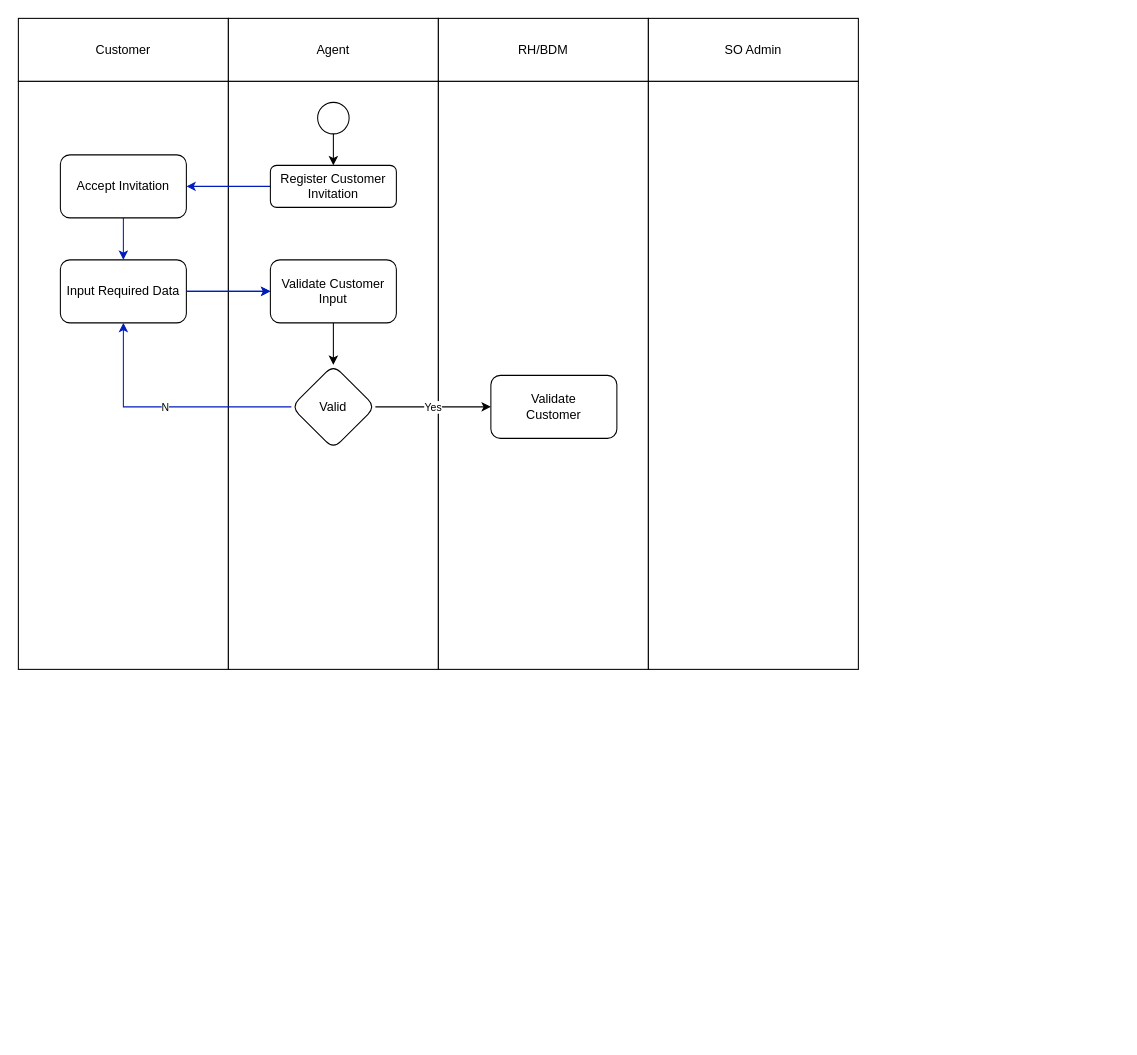
Before: page "ActivityDiagram" (19 of 19) of CustomerInvitation.drawio in gustianom/hanwhaiso, a draw.io diagram. Source tidied: cells renumbered, new cells numbered last; positions are measured from the earlier drawing's top-left corner, leaving out a move shared by most shapes. Both pictures are drawn from the tidied source at 105%, with x=0, y=0 at pixel (18, 18).
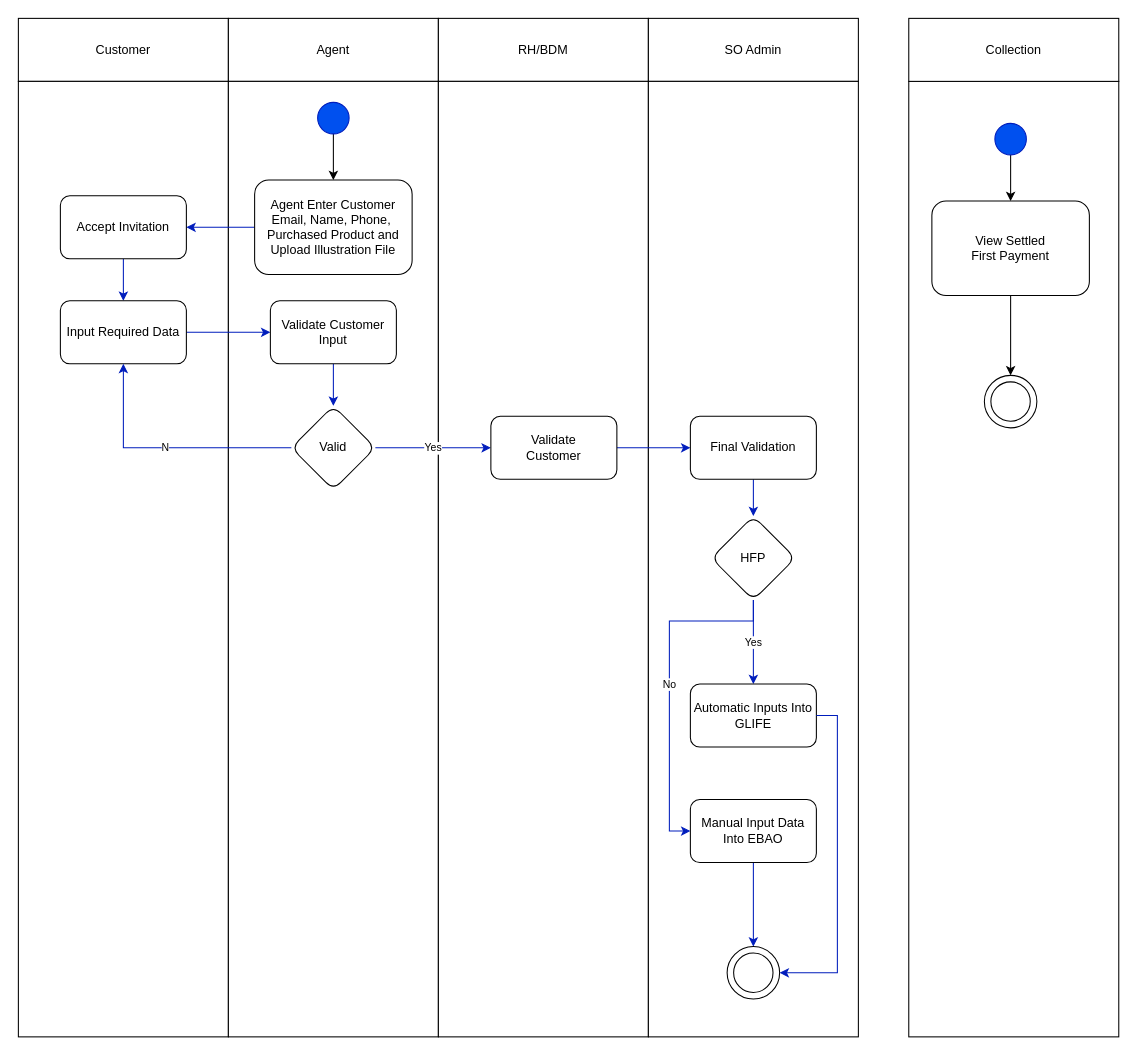
Above is the later version.

Diff of the diagram source:
```diff
@@
     <mxCell id="6" style="rounded=0;whiteSpace=wrap;html=1;" parent="1" vertex="1">
-      <mxGeometry y="60" width="200" height="560" as="geometry" />
+      <mxGeometry y="60" width="200" height="910" as="geometry" />
     </mxCell>
     <mxCell id="7" style="rounded=0;whiteSpace=wrap;html=1;" parent="1" vertex="1">
-      <mxGeometry x="200" y="60" width="200" height="560" as="geometry" />
+      <mxGeometry x="200" y="60" width="200" height="910" as="geometry" />
     </mxCell>
     <mxCell id="8" style="rounded=0;whiteSpace=wrap;html=1;" parent="1" vertex="1">
-      <mxGeometry x="400" y="60" width="200" height="560" as="geometry" />
+      <mxGeometry x="400" y="60" width="200" height="910" as="geometry" />
     </mxCell>
     <mxCell id="9" style="rounded=0;whiteSpace=wrap;html=1;" parent="1" vertex="1">
-      <mxGeometry x="600" y="60" width="200" height="560" as="geometry" />
+      <mxGeometry x="600" y="60" width="200" height="910" as="geometry" />
     </mxCell>
@@
-    <mxCell id="11" style="ellipse;whiteSpace=wrap;html=1;" parent="1" vertex="1">
+    <mxCell id="11" style="ellipse;whiteSpace=wrap;html=1;fillColor=#0050ef;strokeColor=#001DBC;fontColor=#ffffff;" parent="1" vertex="1">
       <mxGeometry x="285" y="80" width="30" height="30" as="geometry" />
     </mxCell>
@@
-    <mxCell id="13" value="&lt;div&gt;Register Customer&lt;/div&gt;&lt;div&gt;Invitation&lt;br&gt;&lt;/div&gt;" style="rounded=1;whiteSpace=wrap;html=1;" parent="1" vertex="1">
-      <mxGeometry x="240" y="140" width="120" height="40" as="geometry" />
+    <mxCell id="13" value="Agent Enter Customer Email, Name, Phone,&amp;nbsp; Purchased Product and Upload Illustration File " style="rounded=1;whiteSpace=wrap;html=1;" parent="1" vertex="1">
+      <mxGeometry x="225" y="154" width="150" height="90" as="geometry" />
     </mxCell>
@@
     <mxCell id="15" value="Accept Invitation" style="whiteSpace=wrap;html=1;rounded=1;" parent="1" vertex="1">
-      <mxGeometry x="40" y="130" width="120" height="60" as="geometry" />
+      <mxGeometry x="40" y="169" width="120" height="60" as="geometry" />
     </mxCell>
@@
     <mxCell id="17" value="Input Required Data" style="whiteSpace=wrap;html=1;rounded=1;" parent="1" vertex="1">
-      <mxGeometry x="40" y="230" width="120" height="60" as="geometry" />
+      <mxGeometry x="40" y="269" width="120" height="60" as="geometry" />
     </mxCell>
-    <mxCell id="18" style="edgeStyle=orthogonalEdgeStyle;rounded=0;jettySize=auto;html=1;fontSize=10;" parent="1" edge="1" source="19" target="21">
+    <mxCell id="18" style="edgeStyle=orthogonalEdgeStyle;rounded=0;jettySize=auto;html=1;fontSize=10;fillColor=#0050ef;strokeColor=#001DBC;" parent="1" edge="1" source="19" target="21">
       <mxGeometry relative="1" as="geometry" />
     </mxCell>
     <mxCell id="19" value="Validate Customer Input" style="whiteSpace=wrap;html=1;rounded=1;" parent="1" vertex="1">
-      <mxGeometry x="240" y="230" width="120" height="60" as="geometry" />
+      <mxGeometry x="240" y="269" width="120" height="60" as="geometry" />
     </mxCell>
-    <mxCell id="20" value="Yes" style="edgeStyle=orthogonalEdgeStyle;rounded=0;jettySize=auto;html=1;fontSize=10;" parent="1" edge="1" source="21" target="22">
+    <mxCell id="20" value="Yes" style="edgeStyle=orthogonalEdgeStyle;rounded=0;jettySize=auto;html=1;fontSize=10;fillColor=#0050ef;strokeColor=#001DBC;" parent="1" edge="1" source="21" target="22">
       <mxGeometry relative="1" as="geometry" />
     </mxCell>
     <mxCell id="21" value="Valid" style="rhombus;whiteSpace=wrap;html=1;rounded=1;" parent="1" vertex="1">
-      <mxGeometry x="260" y="330" width="80" height="80" as="geometry" />
+      <mxGeometry x="260" y="369" width="80" height="80" as="geometry" />
     </mxCell>
+    <mxCell id="25" style="edgeStyle=orthogonalEdgeStyle;rounded=0;jettySize=auto;html=1;fontSize=10;fillColor=#0050ef;strokeColor=#001DBC;" parent="1" edge="1" source="22" target="27">
+      <mxGeometry relative="1" as="geometry" />
+    </mxCell>
     <mxCell id="22" value="&lt;div&gt;Validate &lt;br&gt;&lt;/div&gt;&lt;div&gt;Customer&lt;/div&gt;" style="whiteSpace=wrap;html=1;rounded=1;" parent="1" vertex="1">
-      <mxGeometry x="450" y="340" width="120" height="60" as="geometry" />
+      <mxGeometry x="450" y="379" width="120" height="60" as="geometry" />
     </mxCell>
-    <mxCell id="23" style="edgeStyle=orthogonalEdgeStyle;rounded=0;orthogonalLoop=1;jettySize=auto;html=1;fontSize=10;fillColor=#0050ef;strokeColor=#001DBC;" parent="1" edge="1">
-      <mxGeometry relative="1" as="geometry">
-        <mxPoint x="160" y="260" as="sourcePoint" />
-        <mxPoint x="240" y="260" as="targetPoint" />
-      </mxGeometry>
-    </mxCell>
@@
+    <mxCell id="26" style="edgeStyle=orthogonalEdgeStyle;rounded=0;jettySize=auto;html=1;fontSize=10;fillColor=#0050ef;strokeColor=#001DBC;" parent="1" edge="1" source="27" target="29">
+      <mxGeometry relative="1" as="geometry" />
+    </mxCell>
+    <mxCell id="27" value="Final Validation" style="whiteSpace=wrap;html=1;rounded=1;" parent="1" vertex="1">
+      <mxGeometry x="640" y="379" width="120" height="60" as="geometry" />
+    </mxCell>
+    <mxCell id="28" value="Yes" style="edgeStyle=orthogonalEdgeStyle;rounded=0;jettySize=auto;html=1;fontSize=10;entryX=0.5;entryY=0;entryDx=0;entryDy=0;fillColor=#0050ef;strokeColor=#001DBC;" parent="1" edge="1" source="29" target="30">
+      <mxGeometry relative="1" as="geometry">
+        <Array as="points">
+          <mxPoint x="700" y="604" />
+          <mxPoint x="700" y="604" />
+        </Array>
+      </mxGeometry>
+    </mxCell>
+    <mxCell id="29" value="HFP" style="rhombus;whiteSpace=wrap;html=1;rounded=1;" parent="1" vertex="1">
+      <mxGeometry x="660" y="474" width="80" height="80" as="geometry" />
+    </mxCell>
+    <mxCell id="30" value="Automatic Inputs Into GLIFE" style="whiteSpace=wrap;html=1;rounded=1;" parent="1" vertex="1">
+      <mxGeometry x="640" y="634" width="120" height="60" as="geometry" />
+    </mxCell>
+    <mxCell id="31" style="edgeStyle=orthogonalEdgeStyle;rounded=0;jettySize=auto;html=1;fontSize=10;entryX=0.5;entryY=0;entryDx=0;entryDy=0;fillColor=#0050ef;strokeColor=#001DBC;" parent="1" edge="1" source="32" target="35">
+      <mxGeometry relative="1" as="geometry" />
+    </mxCell>
+    <mxCell id="32" value="Manual Input Data Into EBAO" style="whiteSpace=wrap;html=1;rounded=1;" parent="1" vertex="1">
+      <mxGeometry x="640" y="744" width="120" height="60" as="geometry" />
+    </mxCell>
+    <mxCell id="33" value="No" style="edgeStyle=orthogonalEdgeStyle;rounded=0;jettySize=auto;html=1;fontSize=10;exitX=0.5;exitY=1;exitDx=0;exitDy=0;entryX=0;entryY=0.5;entryDx=0;entryDy=0;fillColor=#0050ef;strokeColor=#001DBC;" parent="1" edge="1" source="29" target="32">
+      <mxGeometry relative="1" as="geometry">
+        <Array as="points">
+          <mxPoint x="700" y="574" />
+          <mxPoint x="620" y="574" />
+          <mxPoint x="620" y="774" />
+        </Array>
+      </mxGeometry>
+    </mxCell>
+    <mxCell id="34" style="group;" parent="1" vertex="1">
+      <mxGeometry x="675" y="884" width="50" height="50" as="geometry" />
+    </mxCell>
+    <mxCell id="35" style="ellipse;whiteSpace=wrap;html=1;fontSize=10;" parent="34" vertex="1">
+      <mxGeometry width="50" height="50" as="geometry" />
+    </mxCell>
+    <mxCell id="36" style="ellipse;whiteSpace=wrap;html=1;fontSize=10;" parent="34" vertex="1">
+      <mxGeometry x="6.2" y="6.2" width="37.5" height="37.5" as="geometry" />
+    </mxCell>
+    <mxCell id="37" style="edgeStyle=orthogonalEdgeStyle;rounded=0;jettySize=auto;html=1;fontSize=10;entryX=1;entryY=0.5;entryDx=0;entryDy=0;exitX=1;exitY=0.5;exitDx=0;exitDy=0;fillColor=#0050ef;strokeColor=#001DBC;" parent="1" edge="1" source="30" target="35">
+      <mxGeometry relative="1" as="geometry">
+        <Array as="points">
+          <mxPoint x="780" y="664" />
+          <mxPoint x="780" y="909" />
+        </Array>
+      </mxGeometry>
+    </mxCell>
+    <mxCell id="38" style="rounded=0;whiteSpace=wrap;html=1;" parent="1" vertex="1">
+      <mxGeometry x="848" y="60" width="200" height="910" as="geometry" />
+    </mxCell>
+    <mxCell id="39" value="Collection" style="rounded=0;whiteSpace=wrap;html=1;" parent="1" vertex="1">
+      <mxGeometry x="848" width="200" height="60" as="geometry" />
+    </mxCell>
+    <mxCell id="40" style="edgeStyle=orthogonalEdgeStyle;rounded=0;jettySize=auto;html=1;fontSize=10;" parent="1" edge="1" source="41" target="42">
+      <mxGeometry relative="1" as="geometry" />
+    </mxCell>
+    <mxCell id="41" style="ellipse;whiteSpace=wrap;html=1;fillColor=#0050ef;strokeColor=#001DBC;fontColor=#ffffff;" parent="1" vertex="1">
+      <mxGeometry x="930" y="100" width="30" height="30" as="geometry" />
+    </mxCell>
+    <mxCell id="42" value="&lt;div&gt;View Settled &lt;br&gt;&lt;/div&gt;&lt;div&gt;First Payment&lt;/div&gt;" style="rounded=1;whiteSpace=wrap;html=1;" parent="1" vertex="1">
+      <mxGeometry x="870" y="174" width="150" height="90" as="geometry" />
+    </mxCell>
+    <mxCell id="43" style="group;" parent="1" vertex="1">
+      <mxGeometry x="920" y="340" width="50" height="50" as="geometry" />
+    </mxCell>
+    <mxCell id="44" style="ellipse;whiteSpace=wrap;html=1;fontSize=10;" parent="43" vertex="1">
+      <mxGeometry width="50" height="50" as="geometry" />
+    </mxCell>
+    <mxCell id="45" style="ellipse;whiteSpace=wrap;html=1;fontSize=10;" parent="43" vertex="1">
+      <mxGeometry x="6.2" y="6.2" width="37.5" height="37.5" as="geometry" />
+    </mxCell>
+    <mxCell id="46" style="edgeStyle=orthogonalEdgeStyle;rounded=0;jettySize=auto;html=1;fontSize=10;exitX=0.5;exitY=1;exitDx=0;exitDy=0;entryX=0.5;entryY=0;entryDx=0;entryDy=0;" parent="1" edge="1" source="42" target="44">
+      <mxGeometry relative="1" as="geometry" />
+    </mxCell>
```
